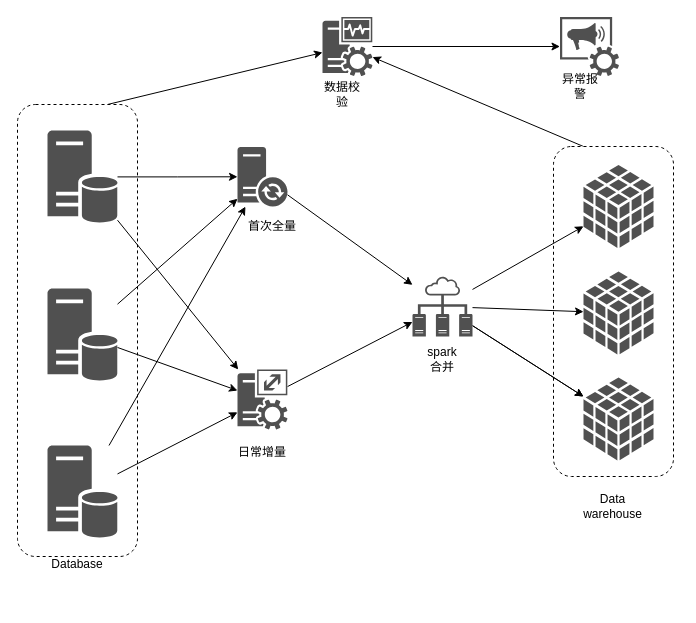
Before: page "data_sync_type" (2 of 4) of 数据同步范畴.drawio in wangbin2188/draw, a draw.io diagram. Source tidied: cells renumbered, new cells numbered last; positions are measured from the earlier drawing's top-left corner, leaving out a move shared by most shapes. Both pictures are drawn from the tidied source at 100%, with x=0, y=0 at pixel (17, 16).
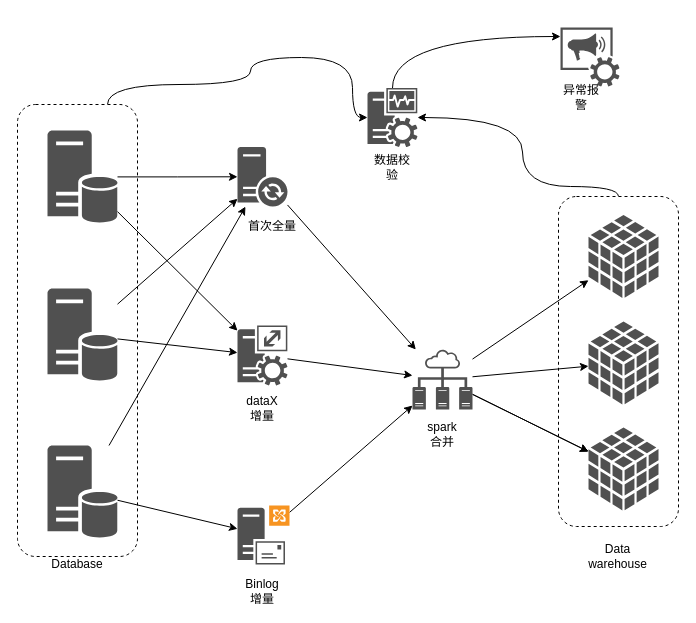
The same diagram, later.

Commit message (it also covers changes not shown here):
更新数据同步范畴.drawio

The change refers to these unchanged cells:
```xml
<mxCell id="5" style="rounded=1;whiteSpace=wrap;html=1;dashed=1;" parent="1" vertex="1">
  <mxGeometry y="88" width="120" height="452" as="geometry" />
</mxCell>
<mxCell id="25" style="shadow=0;dashed=0;html=1;strokeColor=none;fillColor=#505050;labelPosition=center;verticalLabelPosition=bottom;verticalAlign=top;outlineConnect=0;align=center;shape=mxgraph.office.databases.database_server;" parent="1" vertex="1">
  <mxGeometry x="30" y="429" width="70" height="92.8" as="geometry" />
</mxCell>
```

Diff of the diagram source:
```diff
@@
-    <mxCell id="2" style="edgeStyle=none;rounded=0;jettySize=auto;html=1;exitX=0.25;exitY=0;exitDx=0;exitDy=0;" parent="1" edge="1" source="3" target="33">
-      <mxGeometry relative="1" as="geometry" />
+    <mxCell id="2" style="edgeStyle=orthogonalEdgeStyle;curved=1;rounded=0;jettySize=auto;html=1;exitX=0.5;exitY=0;exitDx=0;exitDy=0;" parent="1" edge="1" source="3" target="33">
+      <mxGeometry relative="1" as="geometry">
+        <Array as="points">
+          <mxPoint x="601" y="170" />
+          <mxPoint x="505" y="170" />
+          <mxPoint x="505" y="101" />
+        </Array>
+      </mxGeometry>
     </mxCell>
     <mxCell id="3" style="rounded=1;whiteSpace=wrap;html=1;dashed=1;" parent="1" vertex="1">
-      <mxGeometry x="536" y="130" width="120" height="330" as="geometry" />
+      <mxGeometry x="541" y="180" width="120" height="330" as="geometry" />
     </mxCell>
-    <mxCell id="4" style="edgeStyle=none;rounded=0;jettySize=auto;html=1;exitX=0.75;exitY=0;exitDx=0;exitDy=0;" parent="1" edge="1" source="5" target="33">
-      <mxGeometry relative="1" as="geometry" />
+    <mxCell id="4" style="edgeStyle=orthogonalEdgeStyle;rounded=0;jettySize=auto;html=1;exitX=0.75;exitY=0;exitDx=0;exitDy=0;curved=1;" parent="1" edge="1" source="5" target="33">
+      <mxGeometry relative="1" as="geometry">
+        <Array as="points">
+          <mxPoint x="90" y="68" />
+          <mxPoint x="233" y="68" />
+          <mxPoint x="233" y="41" />
+          <mxPoint x="335" y="41" />
+          <mxPoint x="335" y="101" />
+        </Array>
+      </mxGeometry>
     </mxCell>
@@
     <mxCell id="7" value="Data&lt;br&gt;warehouse" style="text;html=1;strokeColor=none;fillColor=none;align=center;verticalAlign=middle;whiteSpace=wrap;rounded=0;" parent="1" vertex="1">
-      <mxGeometry x="555" y="480" width="81" height="20" as="geometry" />
+      <mxGeometry x="560" y="530" width="81" height="20" as="geometry" />
     </mxCell>
@@
-    <mxCell id="9" value="日常增量" style="text;html=1;strokeColor=none;fillColor=none;align=center;verticalAlign=middle;whiteSpace=wrap;rounded=0;" parent="1" vertex="1">
-      <mxGeometry x="205" y="425" width="80" height="22" as="geometry" />
+    <mxCell id="9" value="dataX&lt;br&gt;增量" style="text;html=1;strokeColor=none;fillColor=none;align=center;verticalAlign=middle;whiteSpace=wrap;rounded=0;" parent="1" vertex="1">
+      <mxGeometry x="205" y="380.5" width="80" height="22" as="geometry" />
     </mxCell>
@@
     <mxCell id="13" style="shadow=0;dashed=0;html=1;strokeColor=none;fillColor=#505050;labelPosition=center;verticalLabelPosition=bottom;verticalAlign=top;outlineConnect=0;align=center;shape=mxgraph.office.databases.database_cube;" parent="1" vertex="1">
-      <mxGeometry x="566" y="360.9" width="70" height="83" as="geometry" />
+      <mxGeometry x="571" y="410.9" width="70" height="83" as="geometry" />
     </mxCell>
@@
     <mxCell id="20" style="shadow=0;dashed=0;html=1;strokeColor=none;fillColor=#505050;labelPosition=center;verticalLabelPosition=bottom;verticalAlign=top;outlineConnect=0;align=center;shape=mxgraph.office.concepts.technical_diagram;" parent="1" vertex="1">
-      <mxGeometry x="395" y="260" width="60" height="60" as="geometry" />
+      <mxGeometry x="395" y="333" width="60" height="60" as="geometry" />
     </mxCell>
@@
     <mxCell id="22" value="spark合并" style="text;html=1;strokeColor=none;fillColor=none;align=center;verticalAlign=middle;whiteSpace=wrap;rounded=0;" parent="1" vertex="1">
-      <mxGeometry x="405" y="333" width="40" height="20" as="geometry" />
+      <mxGeometry x="405" y="407.5" width="40" height="20" as="geometry" />
     </mxCell>
@@
-    <mxCell id="24" style="edgeStyle=none;rounded=0;jettySize=auto;html=1;" parent="1" edge="1" source="25" target="34">
+    <mxCell id="24" style="edgeStyle=none;rounded=0;jettySize=auto;html=1;" parent="1" edge="1" source="25" target="38">
       <mxGeometry relative="1" as="geometry" />
     </mxCell>
@@
     <mxCell id="29" style="shadow=0;dashed=0;html=1;strokeColor=none;fillColor=#505050;labelPosition=center;verticalLabelPosition=bottom;verticalAlign=top;outlineConnect=0;align=center;shape=mxgraph.office.databases.database_cube;" parent="1" vertex="1">
-      <mxGeometry x="566" y="255" width="70" height="83" as="geometry" />
+      <mxGeometry x="571" y="305" width="70" height="83" as="geometry" />
     </mxCell>
     <mxCell id="30" style="shadow=0;dashed=0;html=1;strokeColor=none;fillColor=#505050;labelPosition=center;verticalLabelPosition=bottom;verticalAlign=top;outlineConnect=0;align=center;shape=mxgraph.office.databases.database_cube;" parent="1" vertex="1">
-      <mxGeometry x="566" y="148.4" width="70" height="83" as="geometry" />
+      <mxGeometry x="571" y="198.4" width="70" height="83" as="geometry" />
     </mxCell>
     <mxCell id="31" style="shadow=0;dashed=0;html=1;strokeColor=none;fillColor=#505050;labelPosition=center;verticalLabelPosition=bottom;verticalAlign=top;outlineConnect=0;align=center;shape=mxgraph.office.services.conference_announcement_service;" parent="1" vertex="1">
-      <mxGeometry x="542.5" y="0.5" width="59" height="59" as="geometry" />
+      <mxGeometry x="543" y="11" width="59" height="59" as="geometry" />
     </mxCell>
-    <mxCell id="32" style="edgeStyle=none;rounded=0;jettySize=auto;html=1;" parent="1" edge="1" source="33" target="31">
-      <mxGeometry relative="1" as="geometry" />
+    <mxCell id="32" style="edgeStyle=orthogonalEdgeStyle;curved=1;rounded=0;jettySize=auto;html=1;" parent="1" edge="1" source="33" target="31">
+      <mxGeometry relative="1" as="geometry">
+        <Array as="points">
+          <mxPoint x="375" y="20" />
+        </Array>
+      </mxGeometry>
     </mxCell>
     <mxCell id="33" style="shadow=0;dashed=0;html=1;strokeColor=none;fillColor=#505050;labelPosition=center;verticalLabelPosition=bottom;verticalAlign=top;outlineConnect=0;align=center;shape=mxgraph.office.servers.monitoring_sql_reporting_services;" parent="1" vertex="1">
-      <mxGeometry x="305" y="0.5" width="50" height="59" as="geometry" />
+      <mxGeometry x="350" y="71.5" width="50" height="59" as="geometry" />
     </mxCell>
     <mxCell id="34" style="shadow=0;dashed=0;html=1;strokeColor=none;fillColor=#505050;labelPosition=center;verticalLabelPosition=bottom;verticalAlign=top;outlineConnect=0;align=center;shape=mxgraph.office.servers.call_admission_control_service;" parent="1" vertex="1">
-      <mxGeometry x="220" y="353" width="50" height="60" as="geometry" />
+      <mxGeometry x="220" y="309" width="50" height="60" as="geometry" />
     </mxCell>
     <mxCell id="35" value="数据校验" style="text;html=1;strokeColor=none;fillColor=none;align=center;verticalAlign=middle;whiteSpace=wrap;rounded=0;dashed=1;" parent="1" vertex="1">
-      <mxGeometry x="305" y="68" width="40" height="20" as="geometry" />
+      <mxGeometry x="355" y="140.5" width="40" height="20" as="geometry" />
     </mxCell>
     <mxCell id="36" value="异常报警" style="text;html=1;strokeColor=none;fillColor=none;align=center;verticalAlign=middle;whiteSpace=wrap;rounded=0;dashed=1;" parent="1" vertex="1">
-      <mxGeometry x="543" y="60" width="40" height="20" as="geometry" />
+      <mxGeometry x="543.5" y="70.5" width="40" height="20" as="geometry" />
     </mxCell>
+    <mxCell id="37" style="edgeStyle=none;rounded=0;jettySize=auto;html=1;" parent="1" edge="1" source="38" target="20">
+      <mxGeometry relative="1" as="geometry" />
+    </mxCell>
+    <mxCell id="38" style="shadow=0;dashed=0;html=1;strokeColor=none;fillColor=#505050;labelPosition=center;verticalLabelPosition=bottom;verticalAlign=top;outlineConnect=0;align=center;shape=mxgraph.office.servers.exchange_hub_transport_server_role;" parent="1" vertex="1">
+      <mxGeometry x="220" y="489" width="52" height="59" as="geometry" />
+    </mxCell>
+    <mxCell id="39" value="Binlog&lt;br&gt;增量" style="text;html=1;strokeColor=none;fillColor=none;align=center;verticalAlign=middle;whiteSpace=wrap;rounded=0;" parent="1" vertex="1">
+      <mxGeometry x="205" y="564" width="80" height="22" as="geometry" />
+    </mxCell>
```
